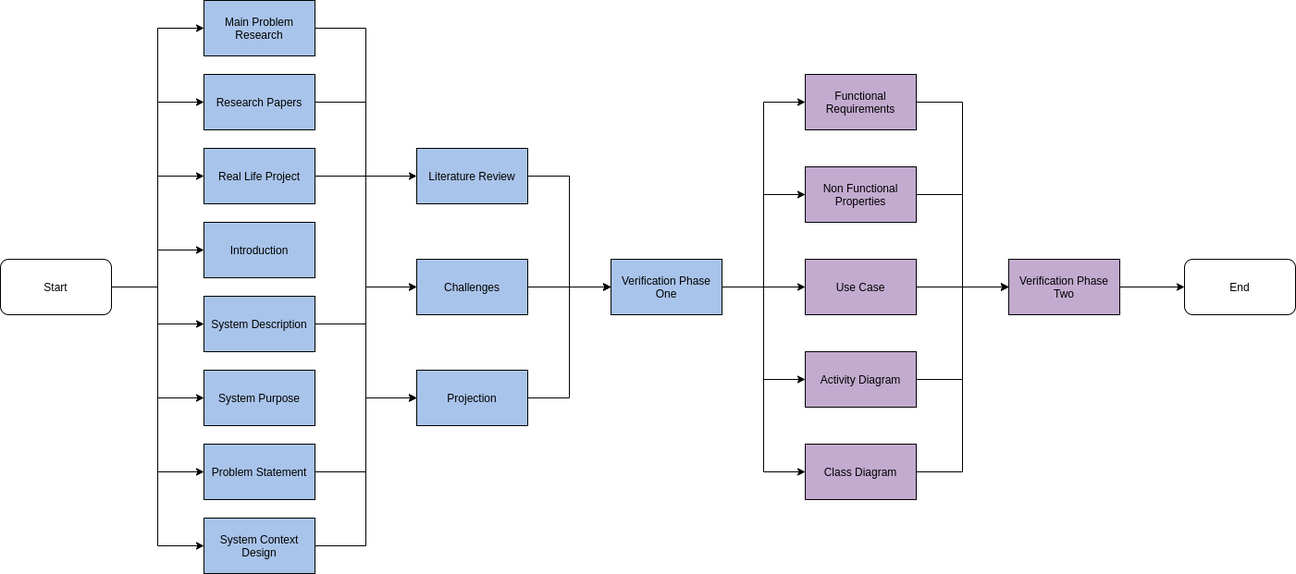
Above: docs/diagrams/imgs/NetworkDiagram.png in MrMoon/Vision (draw.io), before the change. Source tidied: cells renumbered, new cells last; positions are measured from the earlier drawing's top-left corner, leaving out a move shared by most shapes.
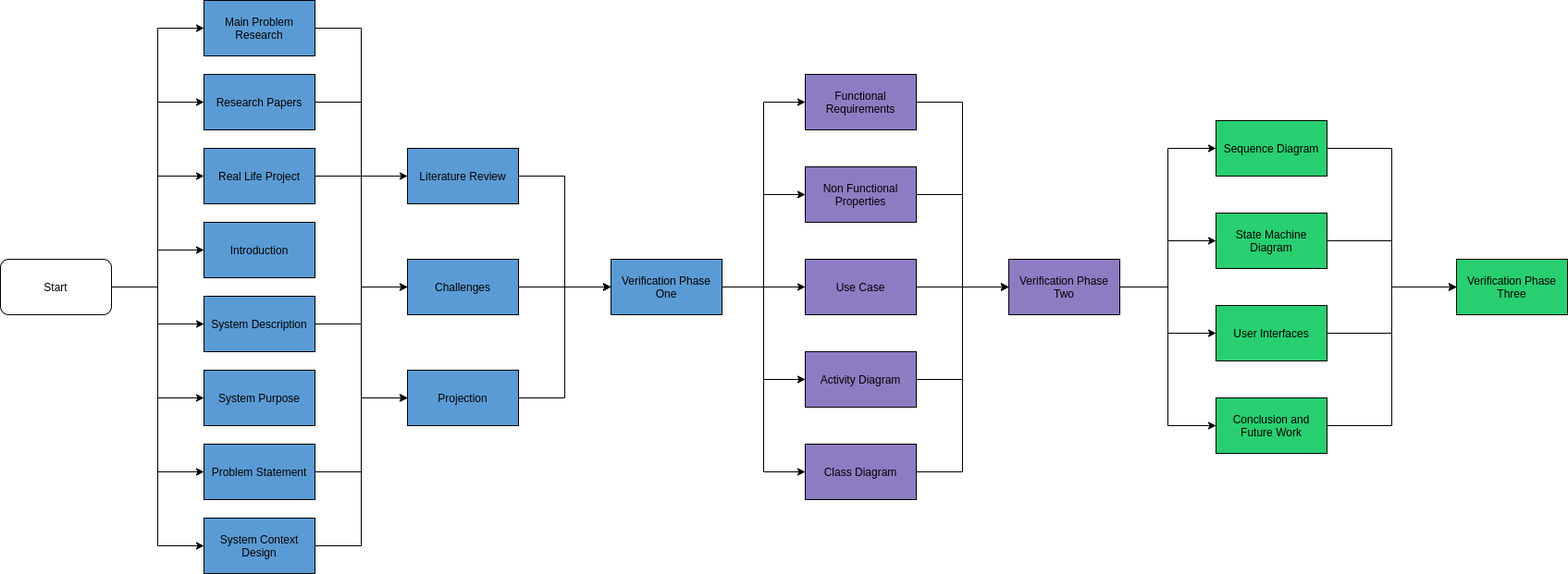
Above is the later version.

Commit message:
Updated NetworkDiagram.png and Added Phase Three

What changed in the source:
```diff
@@ -32,102 +32,108 @@
     <mxCell id="11" style="edgeStyle=orthogonalEdgeStyle;rounded=0;jettySize=auto;html=1;exitX=1;exitY=0.5;exitDx=0;exitDy=0;entryX=0;entryY=0.5;entryDx=0;entryDy=0;" parent="1" edge="1" source="12" target="26">
       <mxGeometry relative="1" as="geometry" />
     </mxCell>
-    <mxCell id="12" value="Main Problem Research" style="rounded=0;whiteSpace=wrap;html=1;fillColor=#A9C4EB;" parent="1" vertex="1">
+    <mxCell id="12" value="Main Problem Research" style="rounded=0;whiteSpace=wrap;html=1;fillColor=#5B9BD5;" parent="1" vertex="1">
       <mxGeometry x="220" width="120" height="60" as="geometry" />
     </mxCell>
     <mxCell id="13" style="edgeStyle=orthogonalEdgeStyle;rounded=0;jettySize=auto;html=1;exitX=1;exitY=0.5;exitDx=0;exitDy=0;entryX=0;entryY=0.5;entryDx=0;entryDy=0;" parent="1" edge="1" source="14" target="28">
       <mxGeometry relative="1" as="geometry" />
     </mxCell>
-    <mxCell id="14" value="Research Papers" style="rounded=0;whiteSpace=wrap;html=1;fillColor=#A9C4EB;" parent="1" vertex="1">
+    <mxCell id="14" value="Research Papers" style="rounded=0;whiteSpace=wrap;html=1;fillColor=#5B9BD5;" parent="1" vertex="1">
       <mxGeometry x="220" y="80" width="120" height="60" as="geometry" />
     </mxCell>
     <mxCell id="15" style="edgeStyle=orthogonalEdgeStyle;rounded=0;jettySize=auto;html=1;exitX=1;exitY=0.5;exitDx=0;exitDy=0;entryX=0;entryY=0.5;entryDx=0;entryDy=0;" parent="1" edge="1" source="16" target="30">
       <mxGeometry relative="1" as="geometry" />
     </mxCell>
-    <mxCell id="16" value="Real Life Project" style="rounded=0;whiteSpace=wrap;html=1;fillColor=#A9C4EB;" parent="1" vertex="1">
+    <mxCell id="16" value="Real Life Project" style="rounded=0;whiteSpace=wrap;html=1;fillColor=#5B9BD5;" parent="1" vertex="1">
       <mxGeometry x="220" y="160" width="120" height="60" as="geometry" />
     </mxCell>
-    <mxCell id="17" value="Introduction" style="rounded=0;whiteSpace=wrap;html=1;fillColor=#A9C4EB;" parent="1" vertex="1">
+    <mxCell id="17" value="Introduction" style="rounded=0;whiteSpace=wrap;html=1;fillColor=#5B9BD5;" parent="1" vertex="1">
       <mxGeometry x="220" y="240" width="120" height="60" as="geometry" />
     </mxCell>
     <mxCell id="18" style="edgeStyle=orthogonalEdgeStyle;rounded=0;jettySize=auto;html=1;exitX=1;exitY=0.5;exitDx=0;exitDy=0;entryX=0;entryY=0.5;entryDx=0;entryDy=0;" parent="1" edge="1" source="19" target="30">
       <mxGeometry relative="1" as="geometry" />
     </mxCell>
-    <mxCell id="19" value="System Description" style="rounded=0;whiteSpace=wrap;html=1;fillColor=#A9C4EB;" parent="1" vertex="1">
+    <mxCell id="19" value="System Description" style="rounded=0;whiteSpace=wrap;html=1;fillColor=#5B9BD5;" parent="1" vertex="1">
       <mxGeometry x="220" y="320" width="120" height="60" as="geometry" />
     </mxCell>
-    <mxCell id="20" value="System Purpose" style="rounded=0;whiteSpace=wrap;html=1;fillColor=#A9C4EB;" parent="1" vertex="1">
+    <mxCell id="20" value="System Purpose" style="rounded=0;whiteSpace=wrap;html=1;fillColor=#5B9BD5;" parent="1" vertex="1">
       <mxGeometry x="220" y="400" width="120" height="60" as="geometry" />
     </mxCell>
     <mxCell id="21" style="edgeStyle=orthogonalEdgeStyle;rounded=0;jettySize=auto;html=1;exitX=1;exitY=0.5;exitDx=0;exitDy=0;entryX=0;entryY=0.5;entryDx=0;entryDy=0;" parent="1" edge="1" source="22" target="30">
       <mxGeometry relative="1" as="geometry" />
     </mxCell>
-    <mxCell id="22" value="Problem Statement" style="rounded=0;whiteSpace=wrap;html=1;fillColor=#A9C4EB;" parent="1" vertex="1">
+    <mxCell id="22" value="Problem Statement" style="rounded=0;whiteSpace=wrap;html=1;fillColor=#5B9BD5;" parent="1" vertex="1">
       <mxGeometry x="220" y="480" width="120" height="60" as="geometry" />
     </mxCell>
     <mxCell id="23" style="edgeStyle=orthogonalEdgeStyle;rounded=0;jettySize=auto;html=1;exitX=1;exitY=0.5;exitDx=0;exitDy=0;entryX=0;entryY=0.5;entryDx=0;entryDy=0;" parent="1" edge="1" source="24" target="28">
       <mxGeometry relative="1" as="geometry" />
     </mxCell>
-    <mxCell id="24" value="System Context Design" style="rounded=0;whiteSpace=wrap;html=1;fillColor=#A9C4EB;" parent="1" vertex="1">
+    <mxCell id="24" value="System Context Design" style="rounded=0;whiteSpace=wrap;html=1;fillColor=#5B9BD5;" parent="1" vertex="1">
       <mxGeometry x="220" y="560" width="120" height="60" as="geometry" />
     </mxCell>
     <mxCell id="25" style="edgeStyle=orthogonalEdgeStyle;rounded=0;jettySize=auto;html=1;exitX=1;exitY=0.5;exitDx=0;exitDy=0;entryX=0;entryY=0.5;entryDx=0;entryDy=0;" parent="1" edge="1" source="26" target="49">
       <mxGeometry relative="1" as="geometry" />
     </mxCell>
-    <mxCell id="26" value="Literature Review" style="rounded=0;whiteSpace=wrap;html=1;fillColor=#A9C4EB;" parent="1" vertex="1">
-      <mxGeometry x="450" y="160" width="120" height="60" as="geometry" />
+    <mxCell id="26" value="Literature Review" style="rounded=0;whiteSpace=wrap;html=1;fillColor=#5B9BD5;" parent="1" vertex="1">
+      <mxGeometry x="440" y="160" width="120" height="60" as="geometry" />
     </mxCell>
     <mxCell id="27" style="edgeStyle=orthogonalEdgeStyle;rounded=0;jettySize=auto;html=1;exitX=1;exitY=0.5;exitDx=0;exitDy=0;entryX=0;entryY=0.5;entryDx=0;entryDy=0;" parent="1" edge="1" source="28" target="49">
       <mxGeometry relative="1" as="geometry" />
     </mxCell>
-    <mxCell id="28" value="Challenges" style="rounded=0;whiteSpace=wrap;html=1;fillColor=#A9C4EB;" parent="1" vertex="1">
-      <mxGeometry x="450" y="280" width="120" height="60" as="geometry" />
+    <mxCell id="28" value="Challenges" style="rounded=0;whiteSpace=wrap;html=1;fillColor=#5B9BD5;" parent="1" vertex="1">
+      <mxGeometry x="440" y="280" width="120" height="60" as="geometry" />
     </mxCell>
     <mxCell id="29" style="edgeStyle=orthogonalEdgeStyle;rounded=0;jettySize=auto;html=1;exitX=1;exitY=0.5;exitDx=0;exitDy=0;entryX=0;entryY=0.5;entryDx=0;entryDy=0;" parent="1" edge="1" source="30" target="49">
       <mxGeometry relative="1" as="geometry" />
     </mxCell>
-    <mxCell id="30" value="Projection" style="rounded=0;whiteSpace=wrap;html=1;fillColor=#A9C4EB;" parent="1" vertex="1">
-      <mxGeometry x="450" y="400" width="120" height="60" as="geometry" />
+    <mxCell id="30" value="Projection" style="rounded=0;whiteSpace=wrap;html=1;fillColor=#5B9BD5;" parent="1" vertex="1">
+      <mxGeometry x="440" y="400" width="120" height="60" as="geometry" />
     </mxCell>
     <mxCell id="31" style="edgeStyle=orthogonalEdgeStyle;rounded=0;jettySize=auto;html=1;exitX=1;exitY=0.5;exitDx=0;exitDy=0;entryX=0;entryY=0.5;entryDx=0;entryDy=0;" parent="1" edge="1" source="32" target="34">
       <mxGeometry relative="1" as="geometry" />
     </mxCell>
-    <mxCell id="32" value="Functional Requirements" style="rounded=0;whiteSpace=wrap;html=1;fillColor=#C3ABD0;" parent="1" vertex="1">
+    <mxCell id="32" value="Functional Requirements" style="rounded=0;whiteSpace=wrap;html=1;fillColor=#8E7CC3;" parent="1" vertex="1">
       <mxGeometry x="870" y="80" width="120" height="60" as="geometry" />
     </mxCell>
-    <mxCell id="33" style="edgeStyle=orthogonalEdgeStyle;rounded=0;jettySize=auto;html=1;exitX=1;exitY=0.5;exitDx=0;exitDy=0;entryX=0;entryY=0.5;entryDx=0;entryDy=0;" parent="1" edge="1" source="34" target="43">
+    <mxCell id="33" style="edgeStyle=orthogonalEdgeStyle;rounded=0;jettySize=auto;html=1;exitX=1;exitY=0.5;exitDx=0;exitDy=0;entryX=0;entryY=0.5;entryDx=0;entryDy=0;" parent="1" edge="1" source="34" target="56">
       <mxGeometry relative="1" as="geometry" />
     </mxCell>
+    <mxCell id="50" style="edgeStyle=orthogonalEdgeStyle;rounded=0;jettySize=auto;html=1;exitX=1;exitY=0.5;exitDx=0;exitDy=0;entryX=0;entryY=0.5;entryDx=0;entryDy=0;" parent="1" edge="1" source="34" target="54">
+      <mxGeometry relative="1" as="geometry" />
+    </mxCell>
+    <mxCell id="51" style="edgeStyle=orthogonalEdgeStyle;rounded=0;jettySize=auto;html=1;exitX=1;exitY=0.5;exitDx=0;exitDy=0;entryX=0;entryY=0.5;entryDx=0;entryDy=0;" parent="1" edge="1" source="34" target="58">
+      <mxGeometry relative="1" as="geometry" />
+    </mxCell>
+    <mxCell id="52" style="edgeStyle=orthogonalEdgeStyle;rounded=0;jettySize=auto;html=1;exitX=1;exitY=0.5;exitDx=0;exitDy=0;entryX=0;entryY=0.5;entryDx=0;entryDy=0;" parent="1" edge="1" source="34" target="60">
+      <mxGeometry relative="1" as="geometry" />
+    </mxCell>
-    <mxCell id="34" value="Verification Phase Two" style="rounded=0;whiteSpace=wrap;html=1;fillColor=#C3ABD0;" parent="1" vertex="1">
+    <mxCell id="34" value="Verification Phase Two" style="rounded=0;whiteSpace=wrap;html=1;fillColor=#8E7CC3;" parent="1" vertex="1">
       <mxGeometry x="1090" y="280" width="120" height="60" as="geometry" />
     </mxCell>
     <mxCell id="35" style="edgeStyle=orthogonalEdgeStyle;rounded=0;jettySize=auto;html=1;exitX=1;exitY=0.5;exitDx=0;exitDy=0;entryX=0;entryY=0.5;entryDx=0;entryDy=0;" parent="1" edge="1" source="36" target="34">
       <mxGeometry relative="1" as="geometry" />
     </mxCell>
-    <mxCell id="36" value="Use Case" style="rounded=0;whiteSpace=wrap;html=1;fillColor=#C3ABD0;" parent="1" vertex="1">
+    <mxCell id="36" value="Use Case" style="rounded=0;whiteSpace=wrap;html=1;fillColor=#8E7CC3;" parent="1" vertex="1">
       <mxGeometry x="870" y="280" width="120" height="60" as="geometry" />
     </mxCell>
     <mxCell id="37" style="edgeStyle=orthogonalEdgeStyle;rounded=0;jettySize=auto;html=1;exitX=1;exitY=0.5;exitDx=0;exitDy=0;entryX=0;entryY=0.5;entryDx=0;entryDy=0;" parent="1" edge="1" source="38" target="34">
       <mxGeometry relative="1" as="geometry" />
     </mxCell>
-    <mxCell id="38" value="Non Functional Properties" style="rounded=0;whiteSpace=wrap;html=1;fillColor=#C3ABD0;" parent="1" vertex="1">
+    <mxCell id="38" value="Non Functional Properties" style="rounded=0;whiteSpace=wrap;html=1;fillColor=#8E7CC3;" parent="1" vertex="1">
       <mxGeometry x="870" y="180" width="120" height="60" as="geometry" />
     </mxCell>
     <mxCell id="39" style="edgeStyle=orthogonalEdgeStyle;rounded=0;jettySize=auto;html=1;exitX=1;exitY=0.5;exitDx=0;exitDy=0;entryX=0;entryY=0.5;entryDx=0;entryDy=0;" parent="1" edge="1" source="40" target="34">
       <mxGeometry relative="1" as="geometry" />
     </mxCell>
-    <mxCell id="40" value="Activity Diagram" style="rounded=0;whiteSpace=wrap;html=1;fillColor=#C3ABD0;" parent="1" vertex="1">
+    <mxCell id="40" value="Activity Diagram" style="rounded=0;whiteSpace=wrap;html=1;fillColor=#8E7CC3;" parent="1" vertex="1">
       <mxGeometry x="870" y="380" width="120" height="60" as="geometry" />
     </mxCell>
     <mxCell id="41" style="edgeStyle=orthogonalEdgeStyle;rounded=0;jettySize=auto;html=1;exitX=1;exitY=0.5;exitDx=0;exitDy=0;entryX=0;entryY=0.5;entryDx=0;entryDy=0;" parent="1" edge="1" source="42" target="34">
       <mxGeometry relative="1" as="geometry" />
     </mxCell>
-    <mxCell id="42" value="Class Diagram" style="rounded=0;whiteSpace=wrap;html=1;fillColor=#C3ABD0;" parent="1" vertex="1">
+    <mxCell id="42" value="Class Diagram" style="rounded=0;whiteSpace=wrap;html=1;fillColor=#8E7CC3;" parent="1" vertex="1">
       <mxGeometry x="870" y="480" width="120" height="60" as="geometry" />
     </mxCell>
-    <mxCell id="43" value="End" style="rounded=1;whiteSpace=wrap;html=1;fillColor=#FFFFFF;" parent="1" vertex="1">
-      <mxGeometry x="1280" y="280" width="120" height="60" as="geometry" />
-    </mxCell>
     <mxCell id="44" style="edgeStyle=orthogonalEdgeStyle;rounded=0;jettySize=auto;html=1;exitX=1;exitY=0.5;exitDx=0;exitDy=0;entryX=0;entryY=0.5;entryDx=0;entryDy=0;" parent="1" edge="1" source="49" target="32">
       <mxGeometry relative="1" as="geometry" />
     </mxCell>
@@ -143,8 +149,35 @@
     <mxCell id="48" style="edgeStyle=orthogonalEdgeStyle;rounded=0;jettySize=auto;html=1;exitX=1;exitY=0.5;exitDx=0;exitDy=0;entryX=0;entryY=0.5;entryDx=0;entryDy=0;" parent="1" edge="1" source="49" target="42">
       <mxGeometry relative="1" as="geometry" />
     </mxCell>
-    <mxCell id="49" value="Verification Phase One" style="rounded=0;whiteSpace=wrap;html=1;fillColor=#A9C4EB;" parent="1" vertex="1">
+    <mxCell id="49" value="Verification Phase One" style="rounded=0;whiteSpace=wrap;html=1;fillColor=#5B9BD5;" parent="1" vertex="1">
       <mxGeometry x="660" y="280" width="120" height="60" as="geometry" />
     </mxCell>
+    <mxCell id="53" style="edgeStyle=orthogonalEdgeStyle;rounded=0;jettySize=auto;html=1;exitX=1;exitY=0.5;exitDx=0;exitDy=0;entryX=0;entryY=0.5;entryDx=0;entryDy=0;" parent="1" edge="1" source="54" target="61">
+      <mxGeometry relative="1" as="geometry" />
+    </mxCell>
+    <mxCell id="54" value="Sequence Diagram" style="rounded=0;whiteSpace=wrap;html=1;fillColor=#28cf70;" parent="1" vertex="1">
+      <mxGeometry x="1314" y="130" width="120" height="60" as="geometry" />
+    </mxCell>
+    <mxCell id="55" style="edgeStyle=orthogonalEdgeStyle;rounded=0;jettySize=auto;html=1;exitX=1;exitY=0.5;exitDx=0;exitDy=0;entryX=0;entryY=0.5;entryDx=0;entryDy=0;" parent="1" edge="1" source="56" target="61">
+      <mxGeometry relative="1" as="geometry" />
+    </mxCell>
+    <mxCell id="56" value="User Interfaces" style="rounded=0;whiteSpace=wrap;html=1;fillColor=#28cf70;" parent="1" vertex="1">
+      <mxGeometry x="1314" y="330" width="120" height="60" as="geometry" />
+    </mxCell>
+    <mxCell id="57" style="edgeStyle=orthogonalEdgeStyle;rounded=0;jettySize=auto;html=1;exitX=1;exitY=0.5;exitDx=0;exitDy=0;entryX=0;entryY=0.5;entryDx=0;entryDy=0;" parent="1" edge="1" source="58" target="61">
+      <mxGeometry relative="1" as="geometry" />
+    </mxCell>
+    <mxCell id="58" value="State Machine Diagram" style="rounded=0;whiteSpace=wrap;html=1;fillColor=#28cf70;" parent="1" vertex="1">
+      <mxGeometry x="1314" y="230" width="120" height="60" as="geometry" />
+    </mxCell>
+    <mxCell id="59" style="edgeStyle=orthogonalEdgeStyle;rounded=0;jettySize=auto;html=1;exitX=1;exitY=0.5;exitDx=0;exitDy=0;entryX=0;entryY=0.5;entryDx=0;entryDy=0;" parent="1" edge="1" source="60" target="61">
+      <mxGeometry relative="1" as="geometry" />
+    </mxCell>
+    <mxCell id="60" value="Conclusion and Future Work" style="rounded=0;whiteSpace=wrap;html=1;fillColor=#28cf70;" parent="1" vertex="1">
+      <mxGeometry x="1314" y="430" width="120" height="60" as="geometry" />
+    </mxCell>
+    <mxCell id="61" value="Verification Phase Three" style="rounded=0;whiteSpace=wrap;html=1;fillColor=#28CF70;" parent="1" vertex="1">
+      <mxGeometry x="1574" y="280" width="120" height="60" as="geometry" />
+    </mxCell>
   </root>
 </mxGraphModel>
```
